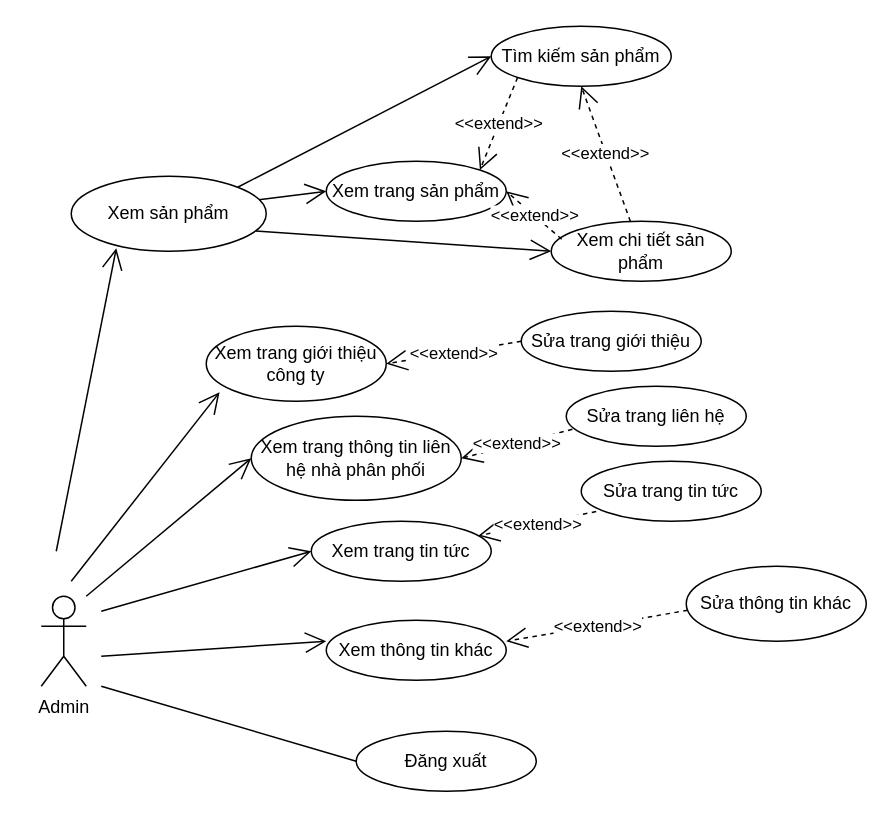
hoangminh15/PTTKHT keeps this draw.io diagram as Use Case/AdminUC.drawio. Above is the earlier version. Source tidied: cells renumbered, new cells numbered last; positions are measured from the earlier drawing's top-left corner, leaving out a move shared by most shapes. Both pictures are drawn from the tidied source at 150%, with x=0, y=0 at pixel (40, 26).
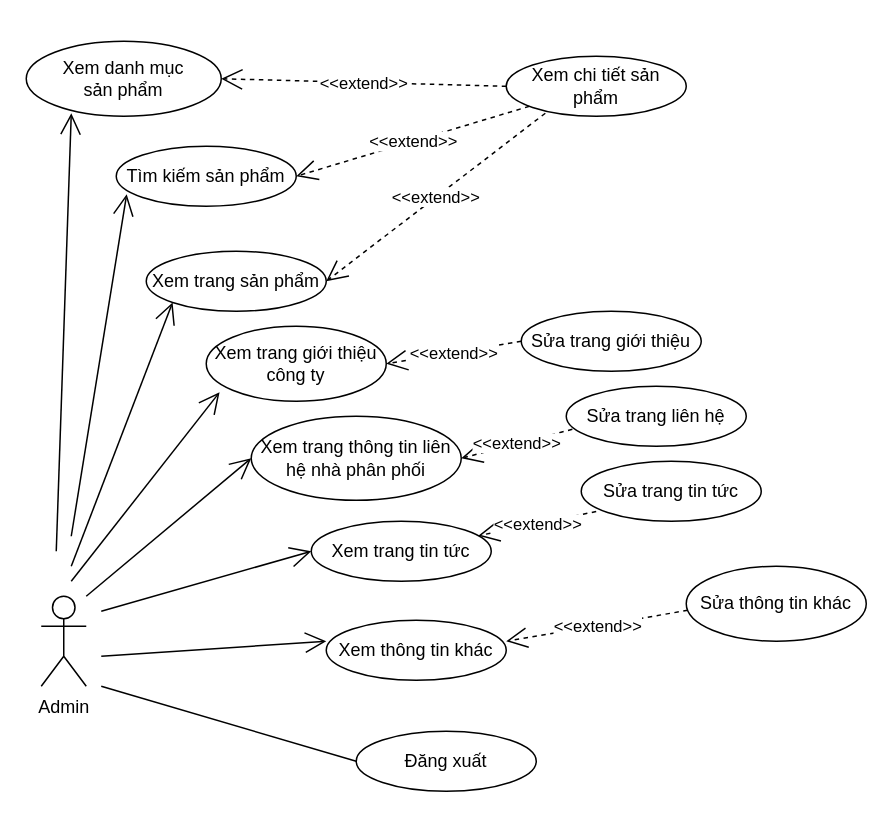
After the change.

Diff of the diagram source:
```diff
@@
     <mxCell id="14" value="Xem chi tiết sản phẩm" style="ellipse;whiteSpace=wrap;html=1;" parent="1" vertex="1">
-      <mxGeometry x="340" y="130" width="120" height="40" as="geometry" />
+      <mxGeometry x="310" y="20" width="120" height="40" as="geometry" />
     </mxCell>
     <mxCell id="15" value="Xem trang sản phẩm" style="ellipse;whiteSpace=wrap;html=1;" parent="1" vertex="1">
-      <mxGeometry x="190" y="90" width="120" height="40" as="geometry" />
+      <mxGeometry x="70" y="150" width="120" height="40" as="geometry" />
     </mxCell>
-    <mxCell id="16" value="&amp;lt;&amp;lt;extend&amp;gt;&amp;gt;" style="endArrow=open;endSize=12;dashed=1;html=1;exitX=0.058;exitY=0.3;exitDx=0;exitDy=0;exitPerimeter=0;entryX=1;entryY=0.5;entryDx=0;entryDy=0;" parent="1" edge="1" source="14" target="15">
+    <mxCell id="16" value="&amp;lt;&amp;lt;extend&amp;gt;&amp;gt;" style="endArrow=open;endSize=12;dashed=1;html=1;exitX=0.217;exitY=0.95;exitDx=0;exitDy=0;entryX=1;entryY=0.5;entryDx=0;entryDy=0;exitPerimeter=0;" parent="1" edge="1" source="14" target="15">
       <mxGeometry relative="1" as="geometry" />
     </mxCell>
-    <mxCell id="17" style="endArrow=open;endFill=1;endSize=12;html=1;entryX=0;entryY=0.5;entryDx=0;entryDy=0;exitX=0.946;exitY=0.729;exitDx=0;exitDy=0;exitPerimeter=0;" parent="1" edge="1" source="23" target="14">
-      <mxGeometry relative="1" as="geometry" />
-    </mxCell>
-    <mxCell id="18" style="endArrow=open;endFill=1;endSize=12;html=1;entryX=0;entryY=0.5;entryDx=0;entryDy=0;exitX=0.962;exitY=0.314;exitDx=0;exitDy=0;exitPerimeter=0;" parent="1" edge="1" source="23" target="15">
-      <mxGeometry relative="1" as="geometry" />
-    </mxCell>
     <mxCell id="19" value="Tìm kiếm sản phẩm" style="ellipse;whiteSpace=wrap;html=1;" parent="1" vertex="1">
-      <mxGeometry x="300" width="120" height="40" as="geometry" />
+      <mxGeometry x="50" y="80" width="120" height="40" as="geometry" />
     </mxCell>
-    <mxCell id="20" style="endArrow=open;endFill=1;endSize=12;html=1;entryX=0;entryY=0.5;entryDx=0;entryDy=0;exitX=1;exitY=0;exitDx=0;exitDy=0;" parent="1" edge="1" source="23" target="19">
-      <mxGeometry relative="1" as="geometry" />
-    </mxCell>
-    <mxCell id="21" value="&amp;lt;&amp;lt;extend&amp;gt;&amp;gt;" style="endArrow=open;endSize=12;dashed=1;html=1;exitX=0;exitY=1;exitDx=0;exitDy=0;entryX=1;entryY=0;entryDx=0;entryDy=0;" parent="1" edge="1" source="19" target="15">
-      <mxGeometry relative="1" as="geometry" />
-    </mxCell>
-    <mxCell id="22" value="&amp;lt;&amp;lt;extend&amp;gt;&amp;gt;" style="endArrow=open;endSize=12;dashed=1;html=1;entryX=0.5;entryY=1;entryDx=0;entryDy=0;" parent="1" edge="1" source="14" target="19">
+    <mxCell id="22" value="&amp;lt;&amp;lt;extend&amp;gt;&amp;gt;" style="endArrow=open;endSize=12;dashed=1;html=1;entryX=1;entryY=0.5;entryDx=0;entryDy=0;" parent="1" edge="1" source="14" target="19">
       <mxGeometry relative="1" as="geometry" />
     </mxCell>
-    <mxCell id="23" value="Xem sản phẩm" style="ellipse;whiteSpace=wrap;html=1;" parent="1" vertex="1">
-      <mxGeometry x="20" y="100" width="130" height="50" as="geometry" />
+    <mxCell id="23" value="Xem danh mục &lt;br&gt;sản phẩm" style="ellipse;whiteSpace=wrap;html=1;" parent="1" vertex="1">
+      <mxGeometry x="-10" y="10" width="130" height="50" as="geometry" />
     </mxCell>
@@
+    <mxCell id="32" style="endArrow=open;endFill=1;endSize=12;html=1;entryX=0;entryY=1;entryDx=0;entryDy=0;" parent="1" edge="1" target="15">
+      <mxGeometry relative="1" as="geometry">
+        <mxPoint x="20" y="360" as="sourcePoint" />
+      </mxGeometry>
+    </mxCell>
+    <mxCell id="33" style="endArrow=open;endFill=1;endSize=12;html=1;entryX=0.058;entryY=0.8;entryDx=0;entryDy=0;entryPerimeter=0;" parent="1" edge="1" target="19">
+      <mxGeometry relative="1" as="geometry">
+        <mxPoint x="20" y="340" as="sourcePoint" />
+      </mxGeometry>
+    </mxCell>
+    <mxCell id="21" value="&amp;lt;&amp;lt;extend&amp;gt;&amp;gt;" style="endArrow=open;endSize=12;dashed=1;html=1;entryX=1;entryY=0.5;entryDx=0;entryDy=0;exitX=0;exitY=0.5;exitDx=0;exitDy=0;" parent="1" edge="1" source="14" target="23">
+      <mxGeometry relative="1" as="geometry" />
+    </mxCell>
```
